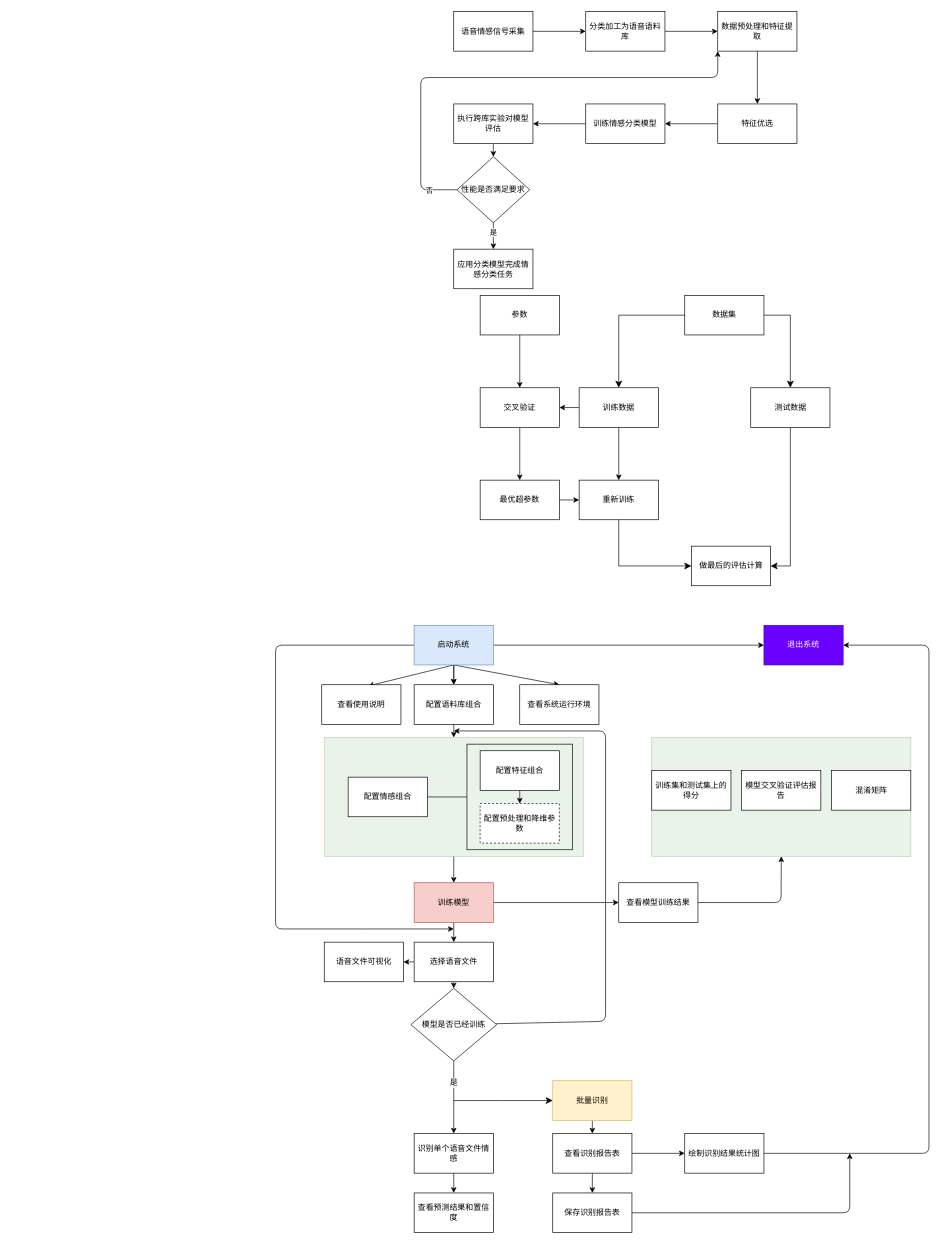
xuchaoxin1375/Cross-Corpus-SER keeps this draw.io diagram as charts/charts.dio. Above is the earlier version. Source tidied: cells renumbered, new cells numbered last; positions are measured from the earlier drawing's top-left corner, leaving out a move shared by most shapes. Both pictures are drawn from the tidied source at 66%, with x=0, y=0 at pixel (275, 11).
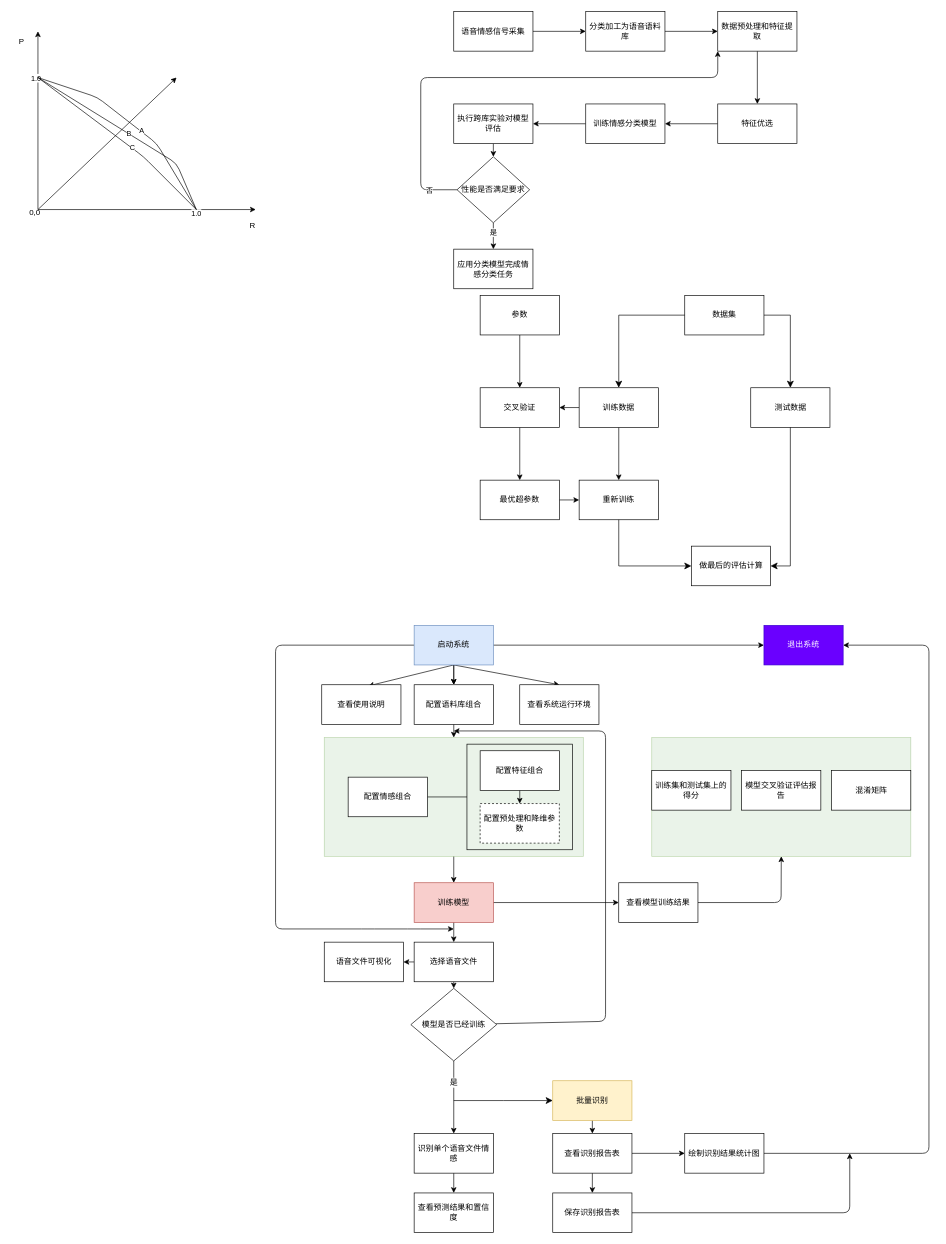
After the change.

Diff of the diagram source:
```diff
@@
+    <mxCell id="87" style="endArrow=classic;html=1;" parent="1" edge="1">
+      <mxGeometry relative="1" as="geometry">
+        <mxPoint x="-360" y="300" as="sourcePoint" />
+        <mxPoint x="-30" y="300" as="targetPoint" />
+      </mxGeometry>
+    </mxCell>
+    <mxCell id="88" value="1.0" style="edgeLabel;html=1;align=center;verticalAlign=middle;" parent="87" vertex="1">
+      <mxGeometry x="0.45" y="-5" relative="1" as="geometry" />
+    </mxCell>
+    <mxCell id="89" style="endArrow=classic;html=1;" parent="1" edge="1">
+      <mxGeometry relative="1" as="geometry">
+        <mxPoint x="-360" y="300" as="sourcePoint" />
+        <mxPoint x="-360" y="30" as="targetPoint" />
+      </mxGeometry>
+    </mxCell>
+    <mxCell id="90" value="1.0" style="edgeLabel;html=1;align=center;verticalAlign=middle;" parent="89" vertex="1">
+      <mxGeometry x="0.48" y="4" relative="1" as="geometry" />
+    </mxCell>
+    <mxCell id="91" style="endArrow=none;html=1;" parent="1" edge="1">
+      <mxGeometry relative="1" as="geometry">
+        <mxPoint x="-360" y="100" as="sourcePoint" />
+        <mxPoint x="-120" y="300" as="targetPoint" />
+        <Array as="points">
+          <mxPoint x="-270" y="130" />
+          <mxPoint x="-180" y="200" />
+        </Array>
+      </mxGeometry>
+    </mxCell>
+    <mxCell id="92" value="A" style="edgeLabel;html=1;align=center;verticalAlign=middle;" parent="91" vertex="1">
+      <mxGeometry x="0.1" y="1" relative="1" as="geometry">
+        <mxPoint x="-1" as="offset" />
+      </mxGeometry>
+    </mxCell>
+    <mxCell id="93" style="endArrow=none;html=1;" parent="1" edge="1">
+      <mxGeometry relative="1" as="geometry">
+        <mxPoint x="-360" y="100" as="sourcePoint" />
+        <mxPoint x="-120" y="300" as="targetPoint" />
+        <Array as="points">
+          <mxPoint x="-200" y="220" />
+        </Array>
+      </mxGeometry>
+    </mxCell>
+    <mxCell id="94" value="C" style="edgeLabel;html=1;align=center;verticalAlign=middle;" parent="93" vertex="1">
+      <mxGeometry x="0.13" y="1" relative="1" as="geometry" />
+    </mxCell>
+    <mxCell id="95" value="B" style="endArrow=none;html=1;" parent="1" edge="1">
+      <mxGeometry relative="1" as="geometry">
+        <mxPoint x="-360" y="100" as="sourcePoint" />
+        <mxPoint x="-120" y="300" as="targetPoint" />
+        <Array as="points">
+          <mxPoint x="-150" y="230" />
+        </Array>
+      </mxGeometry>
+    </mxCell>
+    <mxCell id="96" value="R" style="text;html=1;align=center;verticalAlign=middle;strokeColor=none;fillColor=none;" parent="1" vertex="1">
+      <mxGeometry x="-50" y="310" width="30" height="30" as="geometry" />
+    </mxCell>
+    <mxCell id="97" value="P" style="text;html=1;align=center;verticalAlign=middle;strokeColor=none;fillColor=none;" parent="1" vertex="1">
+      <mxGeometry x="-400" y="30" width="30" height="30" as="geometry" />
+    </mxCell>
+    <mxCell id="98" value="0,0" style="text;html=1;align=center;verticalAlign=middle;strokeColor=none;fillColor=none;" parent="1" vertex="1">
+      <mxGeometry x="-385" y="290" width="40" height="30" as="geometry" />
+    </mxCell>
+    <mxCell id="99" style="endArrow=classic;html=1;" parent="1" edge="1">
+      <mxGeometry relative="1" as="geometry">
+        <mxPoint x="-360" y="300" as="sourcePoint" />
+        <mxPoint x="-150" y="100" as="targetPoint" />
+      </mxGeometry>
+    </mxCell>
```
